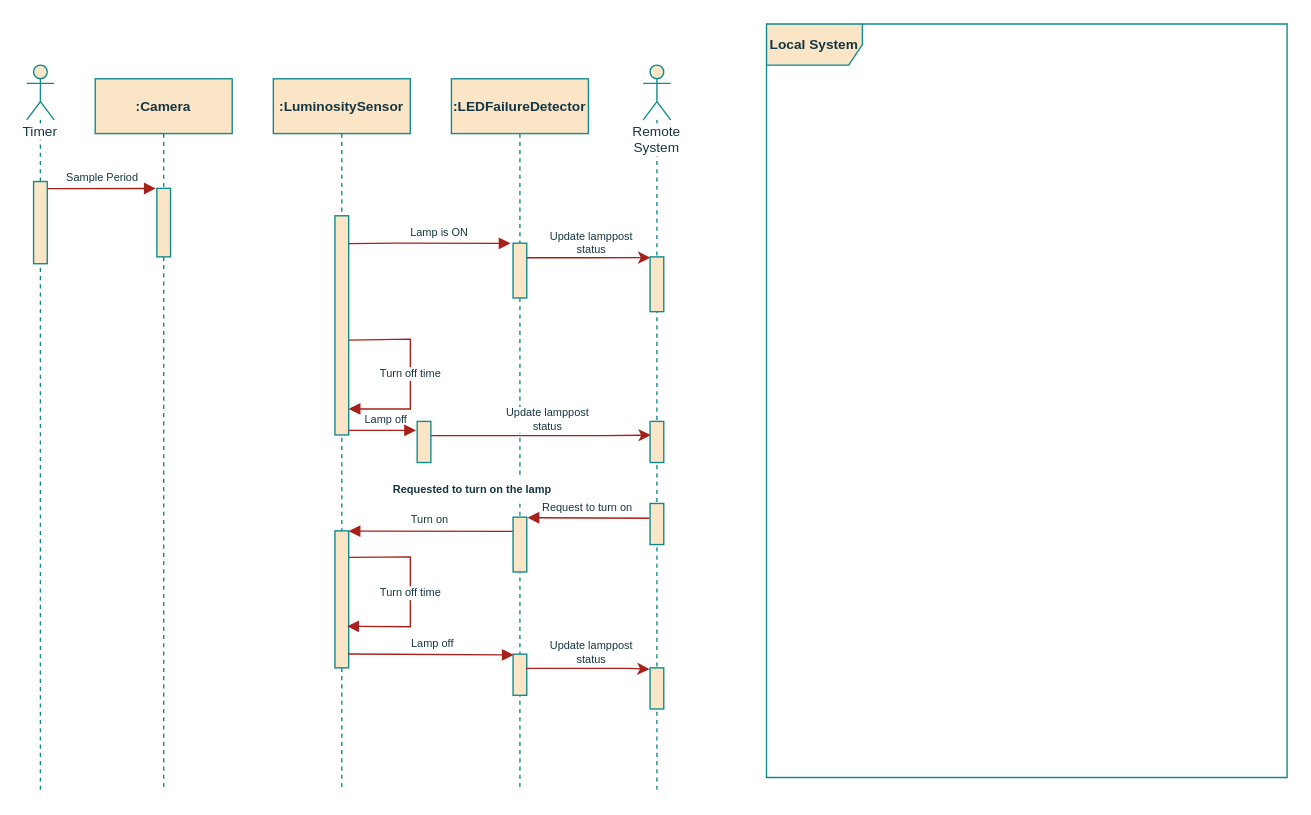
Before: page "LS_SeqDiagram_Sensors" (4 of 11) of project/report/flowcharts/LocalSystem.drawio in ESRGgroup9/slipad, a draw.io diagram. Source tidied: cells renumbered, new cells numbered last; positions are measured from the earlier drawing's top-left corner, leaving out a move shared by most shapes. Both pictures are drawn from the tidied source at 137%, with x=0, y=0 at pixel (26, 23).
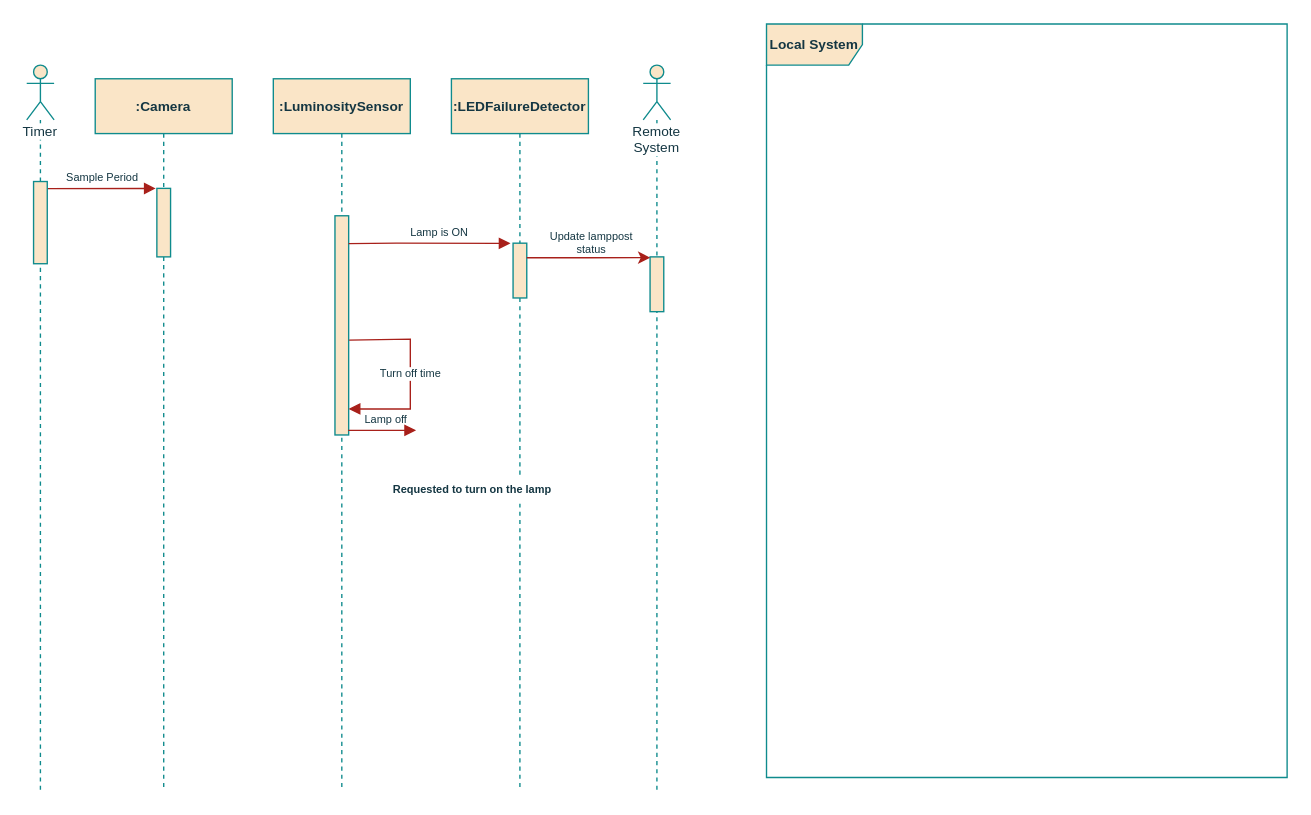
The same diagram, later.

The change refers to these unchanged cells:
```xml
<mxCell id="2" value=":LuminositySensor" style="shape=umlLifeline;perimeter=lifelinePerimeter;whiteSpace=wrap;html=1;fillColor=#FAE5C7;strokeColor=#0F8B8D;fontColor=#143642;fontSize=10;fontStyle=1;" parent="1" vertex="1">
  <mxGeometry x="180" y="40" width="100" height="520" as="geometry" />
</mxCell>
<mxCell id="3" style="html=1;points=[];perimeter=orthogonalPerimeter;fillColor=#FAE5C7;strokeColor=#0F8B8D;fontColor=#143642;" parent="2" vertex="1">
  <mxGeometry x="45" y="100" width="10" height="160" as="geometry" />
</mxCell>
<mxCell id="7" value=":LEDFailureDetector" style="shape=umlLifeline;perimeter=lifelinePerimeter;whiteSpace=wrap;html=1;fillColor=#FAE5C7;strokeColor=#0F8B8D;fontColor=#143642;fontSize=10;fontStyle=1;" parent="1" vertex="1">
  <mxGeometry x="310" y="40" width="100" height="520" as="geometry" />
</mxCell>
<mxCell id="18" value="Remote System" style="shape=umlLifeline;participant=umlActor;perimeter=lifelinePerimeter;whiteSpace=wrap;html=1;verticalAlign=top;spacingTop=36;size=40;labelBackgroundColor=default;fillColor=#FAE5C7;strokeColor=#0F8B8D;fontColor=#143642;fontSize=10;" parent="1" vertex="1">
  <mxGeometry x="450" y="30" width="20" height="530" as="geometry" />
</mxCell>
```

The edit, as a diff of the source:
```diff
@@
-    <mxCell id="5" style="html=1;points=[];perimeter=orthogonalPerimeter;fillColor=#FAE5C7;strokeColor=#0F8B8D;fontColor=#143642;" parent="2" vertex="1">
-      <mxGeometry x="45" y="330" width="10" height="100" as="geometry" />
-    </mxCell>
-    <mxCell id="6" value="Turn off time" style="html=1;verticalAlign=bottom;endArrow=block;rounded=0;fontSize=8;labelBackgroundColor=default;strokeColor=#A8201A;fontColor=#143642;labelBorderColor=none;entryX=0.886;entryY=1.005;entryDx=0;entryDy=0;entryPerimeter=0;exitX=1.029;exitY=0.645;exitDx=0;exitDy=0;exitPerimeter=0;" parent="2" edge="1">
-      <mxGeometry x="0.11" relative="1" as="geometry">
-        <mxPoint x="55.3" y="349.3" as="sourcePoint" />
-        <mxPoint x="53.9" y="399.7" as="targetPoint" />
-        <Array as="points">
-          <mxPoint x="100" y="349" />
-          <mxPoint x="100" y="400" />
-        </Array>
-      </mxGeometry>
-    </mxCell>
@@
-    <mxCell id="9" style="html=1;points=[];perimeter=orthogonalPerimeter;fillColor=#FAE5C7;strokeColor=#0F8B8D;fontColor=#143642;" parent="7" vertex="1">
-      <mxGeometry x="45" y="320" width="10" height="40" as="geometry" />
-    </mxCell>
-    <mxCell id="10" style="html=1;points=[];perimeter=orthogonalPerimeter;fillColor=#FAE5C7;strokeColor=#0F8B8D;fontColor=#143642;" parent="7" vertex="1">
-      <mxGeometry x="45" y="420" width="10" height="30" as="geometry" />
-    </mxCell>
@@
-    <mxCell id="20" style="html=1;points=[];perimeter=orthogonalPerimeter;fillColor=#FAE5C7;strokeColor=#0F8B8D;fontColor=#143642;" parent="18" vertex="1">
-      <mxGeometry x="5" y="440" width="10" height="30" as="geometry" />
-    </mxCell>
-    <mxCell id="21" style="html=1;perimeter=orthogonalPerimeter;fillColor=#FAE5C7;strokeColor=#0F8B8D;fontColor=#143642;" parent="18" vertex="1">
-      <mxGeometry x="5" y="260.1" width="10" height="30" as="geometry" />
-    </mxCell>
-    <mxCell id="22" value="&lt;div&gt;Update lamppost&lt;/div&gt;&lt;div&gt;status&lt;/div&gt;" style="edgeStyle=orthogonalEdgeStyle;rounded=0;sketch=0;jettySize=auto;html=1;entryX=0.021;entryY=0.014;entryDx=0;entryDy=0;entryPerimeter=0;labelBackgroundColor=default;labelBorderColor=none;fontColor=#143642;strokeColor=#A8201A;fillColor=#FAE5C7;fontSize=8;exitX=0.951;exitY=0.346;exitDx=0;exitDy=0;exitPerimeter=0;" parent="18" edge="1" source="23">
-      <mxGeometry x="0.05" y="11" relative="1" as="geometry">
-        <mxPoint x="5.5" y="270.1" as="targetPoint" />
-        <Array as="points">
-          <mxPoint x="-30" y="270.1" />
-        </Array>
-      </mxGeometry>
-    </mxCell>
-    <mxCell id="23" style="html=1;points=[];perimeter=orthogonalPerimeter;fillColor=#FAE5C7;strokeColor=#0F8B8D;fontColor=#143642;" parent="18" vertex="1">
-      <mxGeometry x="-165" y="260.1" width="10" height="30" as="geometry" />
-    </mxCell>
-    <mxCell id="24" style="html=1;points=[];perimeter=orthogonalPerimeter;fillColor=#FAE5C7;strokeColor=#0F8B8D;fontColor=#143642;" parent="18" vertex="1">
-      <mxGeometry x="5" y="320" width="10" height="30" as="geometry" />
-    </mxCell>
@@
-    <mxCell id="27" value="Turn on" style="html=1;verticalAlign=bottom;endArrow=block;rounded=0;fontSize=8;labelBackgroundColor=none;strokeColor=#A8201A;fontColor=#143642;labelBorderColor=none;exitX=-0.02;exitY=0.26;exitDx=0;exitDy=0;exitPerimeter=0;entryX=0.998;entryY=0.002;entryDx=0;entryDy=0;entryPerimeter=0;" parent="1" edge="1" source="9" target="5">
-      <mxGeometry x="0.01" relative="1" as="geometry" />
-    </mxCell>
-    <mxCell id="28" value="Lamp off" style="html=1;verticalAlign=bottom;endArrow=block;rounded=0;fontSize=8;labelBackgroundColor=none;strokeColor=#A8201A;fontColor=#143642;labelBorderColor=none;entryX=0.044;entryY=0.018;entryDx=0;entryDy=0;entryPerimeter=0;exitX=0.974;exitY=0.899;exitDx=0;exitDy=0;exitPerimeter=0;" parent="1" edge="1" source="5" target="10">
-      <mxGeometry x="0.01" relative="1" as="geometry" />
-    </mxCell>
-    <mxCell id="29" value="&lt;div&gt;Update lamppost&lt;/div&gt;&lt;div&gt;status&lt;/div&gt;" style="edgeStyle=orthogonalEdgeStyle;rounded=0;sketch=0;jettySize=auto;html=1;labelBackgroundColor=default;labelBorderColor=none;fontColor=#143642;strokeColor=#A8201A;fillColor=#FAE5C7;fontSize=8;exitX=0.951;exitY=0.346;exitDx=0;exitDy=0;exitPerimeter=0;entryX=-0.033;entryY=0.033;entryDx=0;entryDy=0;entryPerimeter=0;" parent="1" edge="1" source="10" target="20">
-      <mxGeometry x="0.05" y="11" relative="1" as="geometry">
-        <Array as="points">
-          <mxPoint x="440" y="470" />
-        </Array>
-      </mxGeometry>
-    </mxCell>
-    <mxCell id="30" value="Lamp off" style="html=1;verticalAlign=bottom;endArrow=block;rounded=0;fontSize=8;labelBackgroundColor=none;strokeColor=#A8201A;fontColor=#143642;labelBorderColor=none;exitX=0.972;exitY=0.979;exitDx=0;exitDy=0;exitPerimeter=0;entryX=-0.083;entryY=0.217;entryDx=0;entryDy=0;entryPerimeter=0;" parent="1" edge="1" source="3" target="23">
-      <mxGeometry x="0.08" relative="1" as="geometry" />
+    <mxCell id="30" value="Lamp off" style="html=1;verticalAlign=bottom;endArrow=block;rounded=0;fontSize=8;labelBackgroundColor=none;strokeColor=#A8201A;fontColor=#143642;labelBorderColor=none;exitX=0.972;exitY=0.979;exitDx=0;exitDy=0;exitPerimeter=0;entryX=-0.083;entryY=0.217;entryDx=0;entryDy=0;entryPerimeter=0;" parent="1" edge="1" source="3">
+      <mxGeometry x="0.08" relative="1" as="geometry">
+        <mxPoint x="284.2" y="296.6" as="targetPoint" />
+      </mxGeometry>
     </mxCell>
-    <mxCell id="31" value="Request to turn on" style="html=1;verticalAlign=bottom;endArrow=block;rounded=0;fontSize=8;labelBackgroundColor=none;strokeColor=#A8201A;fontColor=#143642;labelBorderColor=none;entryX=1.061;entryY=0.01;entryDx=0;entryDy=0;entryPerimeter=0;exitX=-0.056;exitY=0.359;exitDx=0;exitDy=0;exitPerimeter=0;" parent="1" edge="1" source="24" target="9">
-      <mxGeometry x="0.01" relative="1" as="geometry" />
-    </mxCell>
```
